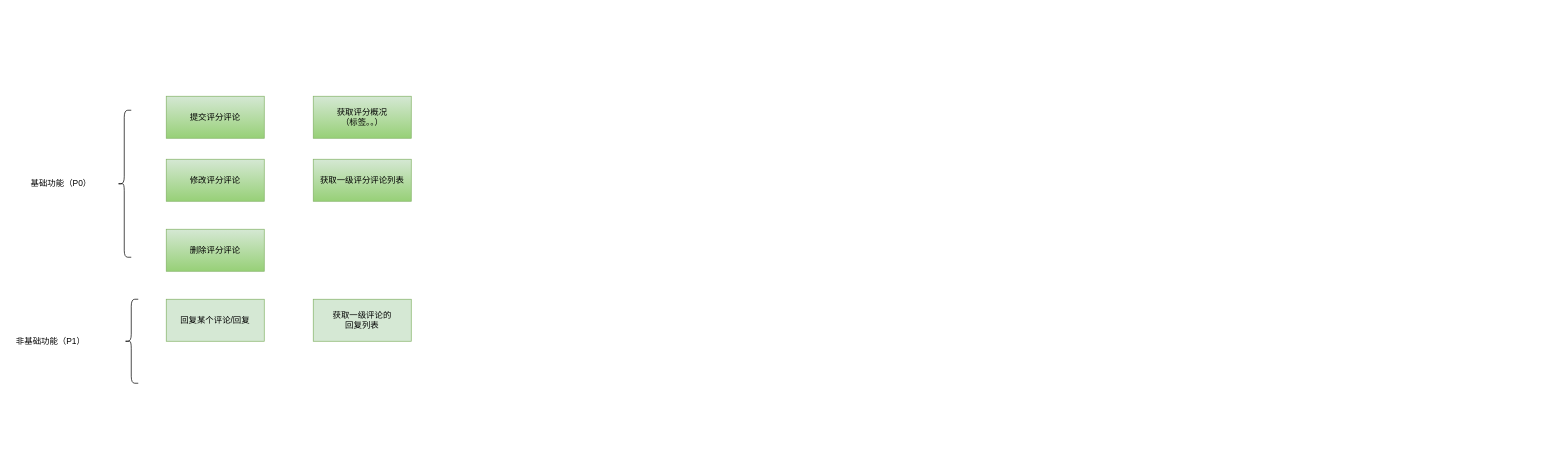
Before: Untitled Diagram.drawio in vuuihc/note-blog, a draw.io diagram. Source tidied: cells renumbered, new cells numbered last; positions are measured from the earlier drawing's top-left corner, leaving out a move shared by most shapes. Both pictures are drawn from the tidied source at 70%, with x=0, y=0 at pixel (12, 96).
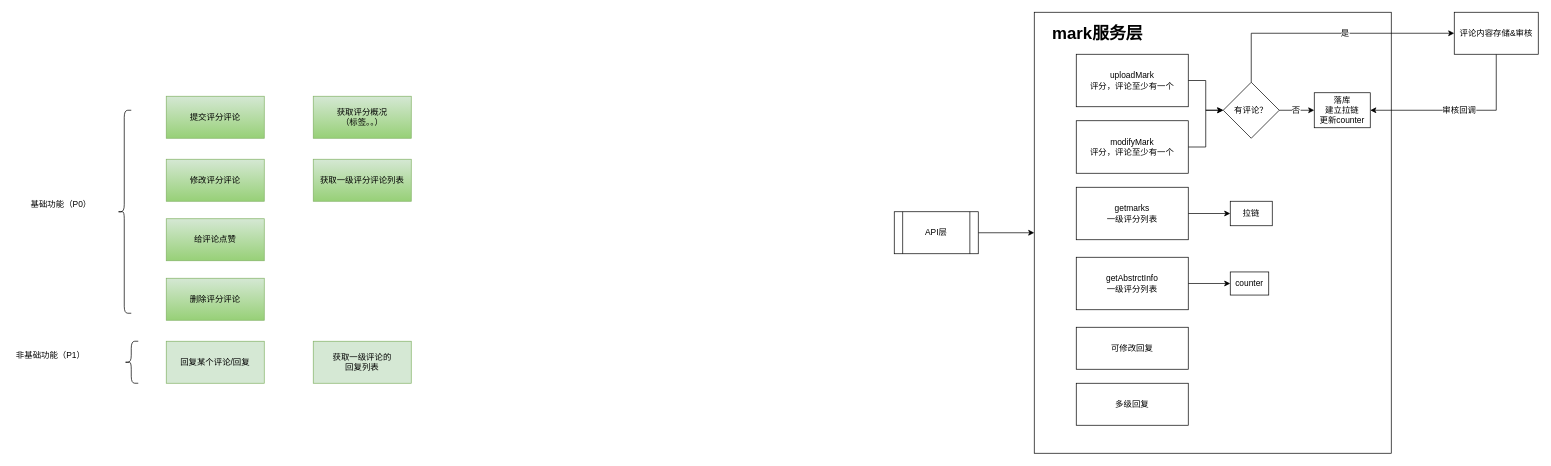
The same diagram, later.

Commit message:
udpate mark

What changed in the source:
```diff
@@
+    <mxCell id="13" style="rounded=0;whiteSpace=wrap;html=1;" parent="1" vertex="1">
+      <mxGeometry x="1460" y="-120" width="510" height="630" as="geometry" />
+    </mxCell>
@@
-    <mxCell id="4" value="删除评分评论" style="rounded=0;whiteSpace=wrap;html=1;fillColor=#d5e8d4;strokeColor=#82b366;gradientColor=#97d077;" parent="1" vertex="1">
-      <mxGeometry x="220" y="190" width="140" height="60" as="geometry" />
+    <mxCell id="4" value="给评论点赞" style="rounded=0;whiteSpace=wrap;html=1;fillColor=#d5e8d4;strokeColor=#82b366;gradientColor=#97d077;" parent="1" vertex="1">
+      <mxGeometry x="220" y="175" width="140" height="60" as="geometry" />
     </mxCell>
     <mxCell id="5" value="回复某个评论/回复" style="rounded=0;whiteSpace=wrap;html=1;fillColor=#d5e8d4;strokeColor=#82b366;" parent="1" vertex="1">
-      <mxGeometry x="220" y="290" width="140" height="60" as="geometry" />
+      <mxGeometry x="220" y="350" width="140" height="60" as="geometry" />
     </mxCell>
@@
     <mxCell id="8" value="获取一级评论的&lt;br&gt;回复列表" style="rounded=0;whiteSpace=wrap;html=1;fillColor=#d5e8d4;strokeColor=#82b366;" parent="1" vertex="1">
-      <mxGeometry x="430" y="290" width="140" height="60" as="geometry" />
+      <mxGeometry x="430" y="350" width="140" height="60" as="geometry" />
     </mxCell>
     <mxCell id="9" style="shape=curlyBracket;whiteSpace=wrap;html=1;rounded=1;" parent="1" vertex="1">
-      <mxGeometry x="150" y="20" width="20" height="210" as="geometry" />
+      <mxGeometry x="150" y="20" width="20" height="290" as="geometry" />
     </mxCell>
     <mxCell id="10" value="基础功能（P0）" style="text;html=1;strokeColor=none;fillColor=none;align=center;verticalAlign=middle;whiteSpace=wrap;rounded=0;" parent="1" vertex="1">
-      <mxGeometry x="20" y="115" width="100" height="20" as="geometry" />
+      <mxGeometry x="20" y="145" width="100" height="20" as="geometry" />
     </mxCell>
     <mxCell id="11" style="shape=curlyBracket;whiteSpace=wrap;html=1;rounded=1;" parent="1" vertex="1">
-      <mxGeometry x="160" y="290" width="20" height="120" as="geometry" />
+      <mxGeometry x="160" y="350" width="20" height="60" as="geometry" />
     </mxCell>
     <mxCell id="12" value="非基础功能（P1）" style="text;html=1;strokeColor=none;fillColor=none;align=center;verticalAlign=middle;whiteSpace=wrap;rounded=0;" parent="1" vertex="1">
-      <mxGeometry y="340" width="110" height="20" as="geometry" />
+      <mxGeometry y="360" width="110" height="20" as="geometry" />
     </mxCell>
+    <mxCell id="14" style="edgeStyle=orthogonalEdgeStyle;rounded=0;jettySize=auto;html=1;entryX=0;entryY=0.5;entryDx=0;entryDy=0;" parent="1" edge="1" source="15" target="36">
+      <mxGeometry relative="1" as="geometry" />
+    </mxCell>
+    <mxCell id="15" value="uploadMark&lt;br&gt;评分，评论至少有一个&lt;br&gt;" style="rounded=0;whiteSpace=wrap;html=1;" parent="1" vertex="1">
+      <mxGeometry x="1520" y="-60" width="160" height="75" as="geometry" />
+    </mxCell>
+    <mxCell id="16" value="落库&lt;br&gt;建立拉链&lt;br&gt;更新counter&lt;br&gt;" style="rounded=0;whiteSpace=wrap;html=1;" parent="1" vertex="1">
+      <mxGeometry x="1860" y="-5" width="80" height="50" as="geometry" />
+    </mxCell>
+    <mxCell id="17" style="edgeStyle=orthogonalEdgeStyle;rounded=0;jettySize=auto;html=1;" parent="1" edge="1" source="18" target="13">
+      <mxGeometry relative="1" as="geometry">
+        <Array as="points">
+          <mxPoint x="1340" y="195" />
+          <mxPoint x="1340" y="195" />
+        </Array>
+      </mxGeometry>
+    </mxCell>
+    <mxCell id="18" value="API层" style="shape=process;whiteSpace=wrap;html=1;backgroundOutline=1;" parent="1" vertex="1">
+      <mxGeometry x="1260" y="165" width="120" height="60" as="geometry" />
+    </mxCell>
+    <mxCell id="19" value="mark服务层" style="text;strokeColor=none;fillColor=none;html=1;fontSize=24;fontStyle=1;verticalAlign=middle;align=center;" parent="1" vertex="1">
+      <mxGeometry x="1500" y="-110" width="100" height="40" as="geometry" />
+    </mxCell>
+    <mxCell id="20" style="edgeStyle=orthogonalEdgeStyle;rounded=0;jettySize=auto;html=1;entryX=0;entryY=0.5;entryDx=0;entryDy=0;" parent="1" edge="1" source="21" target="36">
+      <mxGeometry relative="1" as="geometry" />
+    </mxCell>
+    <mxCell id="21" value="modifyMark&lt;br&gt;评分，评论至少有一个&lt;br&gt;" style="rounded=0;whiteSpace=wrap;html=1;" parent="1" vertex="1">
+      <mxGeometry x="1520" y="35" width="160" height="75" as="geometry" />
+    </mxCell>
+    <mxCell id="22" value="删除评分评论" style="rounded=0;whiteSpace=wrap;html=1;fillColor=#d5e8d4;strokeColor=#82b366;gradientColor=#97d077;" parent="1" vertex="1">
+      <mxGeometry x="220" y="260" width="140" height="60" as="geometry" />
+    </mxCell>
+    <mxCell id="23" style="edgeStyle=orthogonalEdgeStyle;rounded=0;jettySize=auto;html=1;" parent="1" edge="1" source="24" target="28">
+      <mxGeometry relative="1" as="geometry" />
+    </mxCell>
+    <mxCell id="24" value="getmarks&lt;br&gt;一级评分列表&lt;br&gt;" style="rounded=0;whiteSpace=wrap;html=1;" parent="1" vertex="1">
+      <mxGeometry x="1520" y="130" width="160" height="75" as="geometry" />
+    </mxCell>
+    <mxCell id="25" style="edgeStyle=orthogonalEdgeStyle;rounded=0;jettySize=auto;html=1;" parent="1" edge="1" source="26" target="27">
+      <mxGeometry relative="1" as="geometry" />
+    </mxCell>
+    <mxCell id="26" value="getAbstrctInfo&lt;br&gt;一级评分列表&lt;br&gt;" style="rounded=0;whiteSpace=wrap;html=1;" parent="1" vertex="1">
+      <mxGeometry x="1520" y="230" width="160" height="75" as="geometry" />
+    </mxCell>
+    <mxCell id="27" value="counter&lt;br&gt;" style="rounded=0;whiteSpace=wrap;html=1;" parent="1" vertex="1">
+      <mxGeometry x="1740" y="251" width="55" height="33" as="geometry" />
+    </mxCell>
+    <mxCell id="28" value="拉链" style="rounded=0;whiteSpace=wrap;html=1;" parent="1" vertex="1">
+      <mxGeometry x="1740" y="150" width="60" height="35" as="geometry" />
+    </mxCell>
+    <mxCell id="29" style="edgeStyle=orthogonalEdgeStyle;rounded=0;jettySize=auto;html=1;entryX=1;entryY=0.5;entryDx=0;entryDy=0;" parent="1" edge="1" source="31" target="16">
+      <mxGeometry relative="1" as="geometry">
+        <Array as="points">
+          <mxPoint x="2120" y="20" />
+        </Array>
+      </mxGeometry>
+    </mxCell>
+    <mxCell id="30" value="审核回调" style="text;html=1;align=center;verticalAlign=middle;labelBackgroundColor=#ffffff;" parent="29" vertex="1">
+      <mxGeometry x="0.03" y="-1" relative="1" as="geometry" />
+    </mxCell>
+    <mxCell id="31" value="评论内容存储&amp;amp;审核" style="rounded=0;whiteSpace=wrap;html=1;" parent="1" vertex="1">
+      <mxGeometry x="2060" y="-120" width="120" height="60" as="geometry" />
+    </mxCell>
+    <mxCell id="32" style="edgeStyle=orthogonalEdgeStyle;rounded=0;jettySize=auto;html=1;" parent="1" edge="1" source="36" target="16">
+      <mxGeometry relative="1" as="geometry" />
+    </mxCell>
+    <mxCell id="33" value="否" style="text;html=1;align=center;verticalAlign=middle;labelBackgroundColor=#ffffff;" parent="32" vertex="1">
+      <mxGeometry x="-0.08" relative="1" as="geometry" />
+    </mxCell>
+    <mxCell id="34" style="edgeStyle=orthogonalEdgeStyle;rounded=0;jettySize=auto;html=1;entryX=0;entryY=0.5;entryDx=0;entryDy=0;" parent="1" edge="1" source="36" target="31">
+      <mxGeometry relative="1" as="geometry">
+        <Array as="points">
+          <mxPoint x="1770" y="-90" />
+        </Array>
+      </mxGeometry>
+    </mxCell>
+    <mxCell id="35" value="是" style="text;html=1;align=center;verticalAlign=middle;labelBackgroundColor=#ffffff;" parent="34" vertex="1">
+      <mxGeometry x="0.13" relative="1" as="geometry" />
+    </mxCell>
+    <mxCell id="36" value="有评论？" style="rhombus;whiteSpace=wrap;html=1;" parent="1" vertex="1">
+      <mxGeometry x="1730" y="-20" width="80" height="80" as="geometry" />
+    </mxCell>
+    <mxCell id="37" value="可修改回复" style="rounded=0;whiteSpace=wrap;html=1;" parent="1" vertex="1">
+      <mxGeometry x="1520" y="330" width="160" height="60" as="geometry" />
+    </mxCell>
+    <mxCell id="38" value="多级回复" style="rounded=0;whiteSpace=wrap;html=1;" parent="1" vertex="1">
+      <mxGeometry x="1520" y="410" width="160" height="60" as="geometry" />
+    </mxCell>
```
